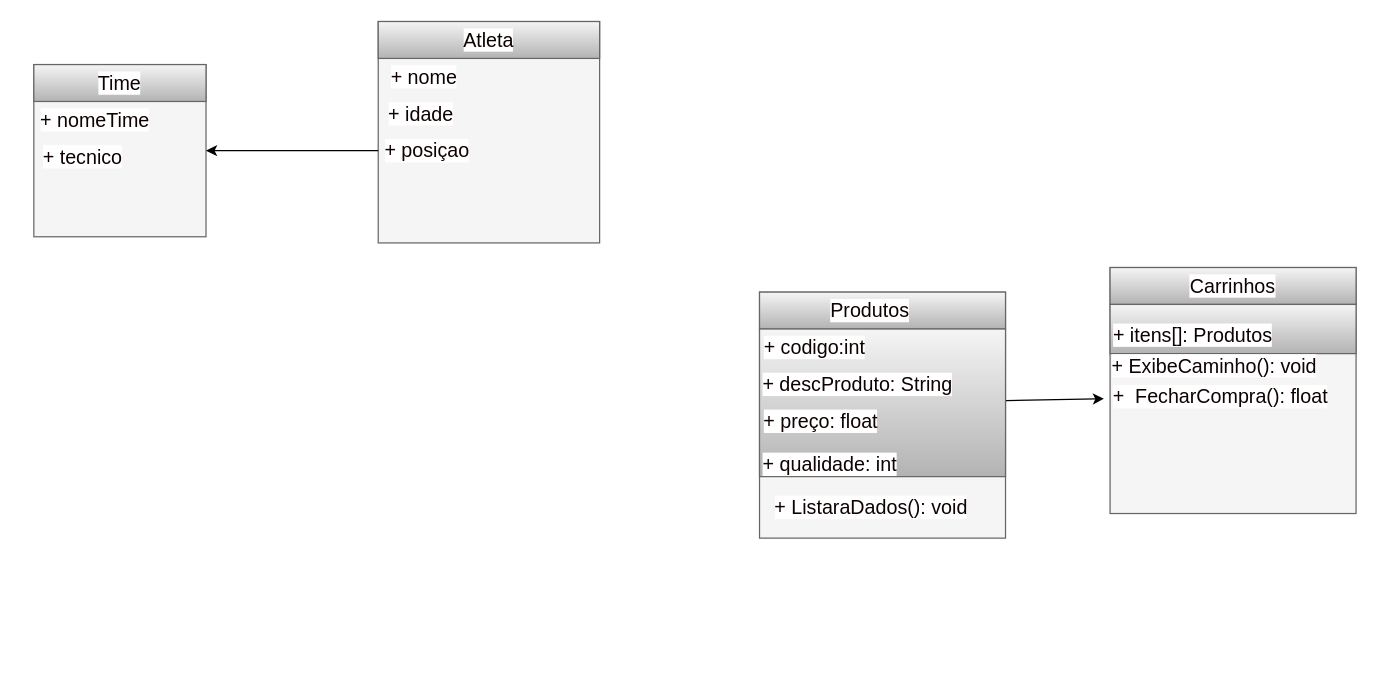
victormattos564/ClassDiagram keeps this draw.io diagram as assets/uml/classDiagram.drawio. Above is the earlier version. Source tidied: cells renumbered, new cells numbered last; positions are measured from the earlier drawing's top-left corner, leaving out a move shared by most shapes. Both pictures are drawn from the tidied source at 123%, with x=0, y=0 at pixel (33, 21).
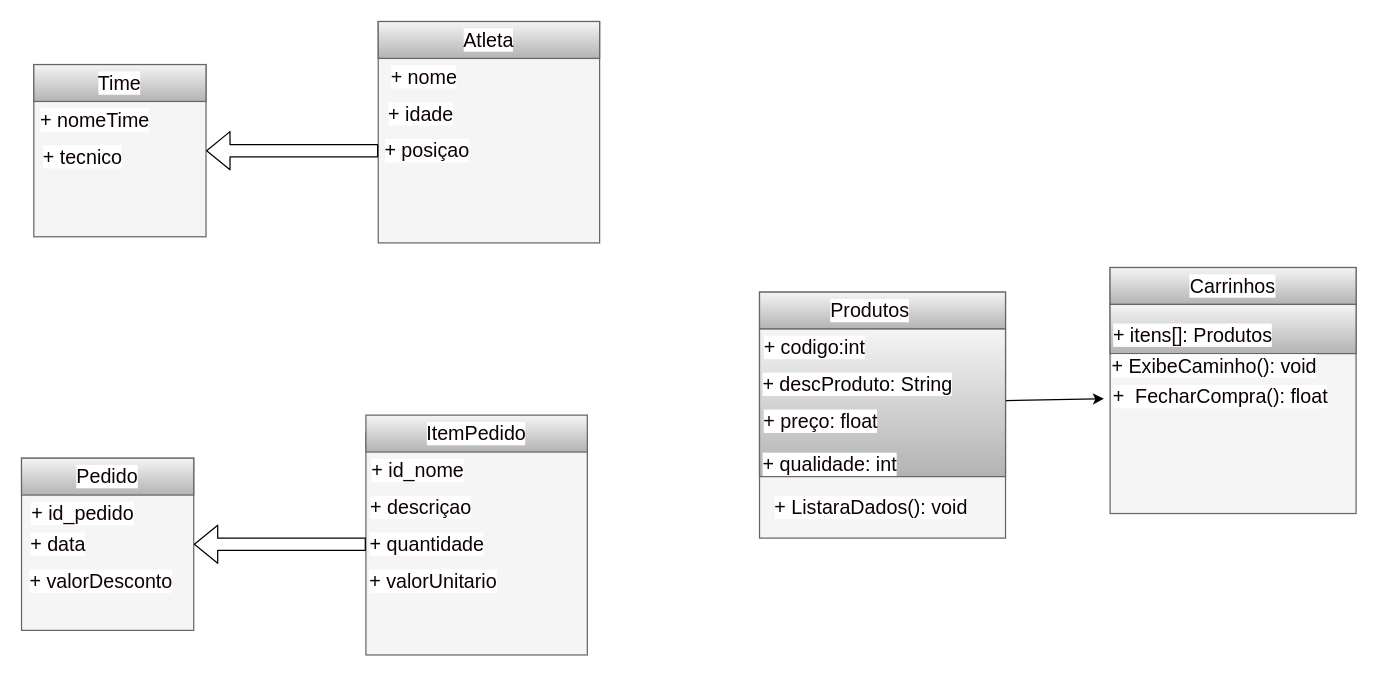
The same diagram, later.

The change refers to these unchanged cells:
```xml
<mxCell id="2" style="whiteSpace=wrap;html=1;labelBackgroundColor=#ffffff;fontSize=16;fillColor=#f5f5f5;fontColor=#333333;strokeColor=#666666;" parent="1" vertex="1">
  <mxGeometry y="35" width="140" height="140" as="geometry" />
</mxCell>
<mxCell id="13" value="+ posiçao" style="text;strokeColor=none;align=center;fillColor=none;html=1;verticalAlign=middle;whiteSpace=wrap;rounded=0;labelBackgroundColor=#ffffff;fontSize=16;fontColor=#0e0101;" parent="1" vertex="1">
  <mxGeometry x="280" y="90" width="80" height="30" as="geometry" />
</mxCell>
```

Diff of the diagram source:
```diff
@@
-    <mxCell id="12" style="edgeStyle=none;html=1;fontSize=16;fontColor=#0e0101;" parent="1" edge="1" source="13" target="2">
+    <mxCell id="12" style="edgeStyle=none;html=1;fontSize=16;fontColor=#0e0101;shape=flexArrow;" parent="1" edge="1" source="13" target="2">
       <mxGeometry relative="1" as="geometry" />
     </mxCell>
@@
+    <mxCell id="31" style="whiteSpace=wrap;html=1;labelBackgroundColor=#ffffff;fontSize=16;fillColor=#f5f5f5;fontColor=#333333;strokeColor=#666666;" parent="1" vertex="1">
+      <mxGeometry x="-10" y="355" width="140" height="140" as="geometry" />
+    </mxCell>
+    <mxCell id="32" style="rounded=0;whiteSpace=wrap;html=1;labelBackgroundColor=#ffffff;fontSize=16;fillColor=#f5f5f5;strokeColor=#666666;gradientColor=#b3b3b3;" parent="1" vertex="1">
+      <mxGeometry x="-10" y="355" width="140" height="30" as="geometry" />
+    </mxCell>
+    <mxCell id="33" value="Pedido" style="text;strokeColor=none;align=center;fillColor=none;html=1;verticalAlign=middle;whiteSpace=wrap;rounded=0;labelBackgroundColor=#ffffff;fontSize=16;fontColor=#0e0101;" parent="1" vertex="1">
+      <mxGeometry x="30" y="355" width="60" height="30" as="geometry" />
+    </mxCell>
+    <mxCell id="34" value="+ id_pedido" style="text;strokeColor=none;align=center;fillColor=none;html=1;verticalAlign=middle;whiteSpace=wrap;rounded=0;labelBackgroundColor=#ffffff;fontSize=16;fontColor=#0e0101;" parent="1" vertex="1">
+      <mxGeometry x="-10" y="385" width="100" height="30" as="geometry" />
+    </mxCell>
+    <mxCell id="35" value="+ data" style="text;strokeColor=none;align=center;fillColor=none;html=1;verticalAlign=middle;whiteSpace=wrap;rounded=0;labelBackgroundColor=#ffffff;fontSize=16;fontColor=#0e0101;" parent="1" vertex="1">
+      <mxGeometry x="-10" y="410" width="60" height="30" as="geometry" />
+    </mxCell>
+    <mxCell id="36" style="whiteSpace=wrap;html=1;labelBackgroundColor=#ffffff;fontSize=16;fillColor=#f5f5f5;fontColor=#333333;strokeColor=#666666;" parent="1" vertex="1">
+      <mxGeometry x="270" y="335" width="180" height="180" as="geometry" />
+    </mxCell>
+    <mxCell id="37" style="rounded=0;whiteSpace=wrap;html=1;labelBackgroundColor=#ffffff;fontSize=16;fillColor=#f5f5f5;strokeColor=#666666;gradientColor=#b3b3b3;" parent="1" vertex="1">
+      <mxGeometry x="270" y="320" width="180" height="30" as="geometry" />
+    </mxCell>
+    <mxCell id="38" value="ItemPedido" style="text;strokeColor=none;align=center;fillColor=none;html=1;verticalAlign=middle;whiteSpace=wrap;rounded=0;labelBackgroundColor=#ffffff;fontSize=16;fontColor=#0e0101;" parent="1" vertex="1">
+      <mxGeometry x="320" y="320" width="80" height="30" as="geometry" />
+    </mxCell>
+    <mxCell id="39" value="+ id_nome" style="text;strokeColor=none;align=center;fillColor=none;html=1;verticalAlign=middle;whiteSpace=wrap;rounded=0;labelBackgroundColor=#ffffff;fontSize=16;fontColor=#0e0101;" parent="1" vertex="1">
+      <mxGeometry x="270" y="350" width="85" height="30" as="geometry" />
+    </mxCell>
+    <mxCell id="40" value="+ descriçao" style="text;strokeColor=none;align=center;fillColor=none;html=1;verticalAlign=middle;whiteSpace=wrap;rounded=0;labelBackgroundColor=#ffffff;fontSize=16;fontColor=#0e0101;" parent="1" vertex="1">
+      <mxGeometry x="270" y="380" width="90" height="30" as="geometry" />
+    </mxCell>
+    <mxCell id="41" style="edgeStyle=none;html=1;fontSize=16;fontColor=#0e0101;shape=flexArrow;" parent="1" edge="1" source="42" target="31">
+      <mxGeometry relative="1" as="geometry" />
+    </mxCell>
+    <mxCell id="42" value="+ quantidade" style="text;strokeColor=none;align=center;fillColor=none;html=1;verticalAlign=middle;whiteSpace=wrap;rounded=0;labelBackgroundColor=#ffffff;fontSize=16;fontColor=#0e0101;" parent="1" vertex="1">
+      <mxGeometry x="270" y="410" width="100" height="30" as="geometry" />
+    </mxCell>
+    <mxCell id="43" value="+ valorDesconto" style="text;strokeColor=none;align=center;fillColor=none;html=1;verticalAlign=middle;whiteSpace=wrap;rounded=0;labelBackgroundColor=#ffffff;fontSize=16;fontColor=#0e0101;" parent="1" vertex="1">
+      <mxGeometry x="-10" y="440" width="130" height="30" as="geometry" />
+    </mxCell>
+    <mxCell id="44" value="+ valorUnitario" style="text;strokeColor=none;align=center;fillColor=none;html=1;verticalAlign=middle;whiteSpace=wrap;rounded=0;labelBackgroundColor=#ffffff;fontSize=16;fontColor=#0e0101;" parent="1" vertex="1">
+      <mxGeometry x="270" y="440" width="110" height="30" as="geometry" />
+    </mxCell>
```
